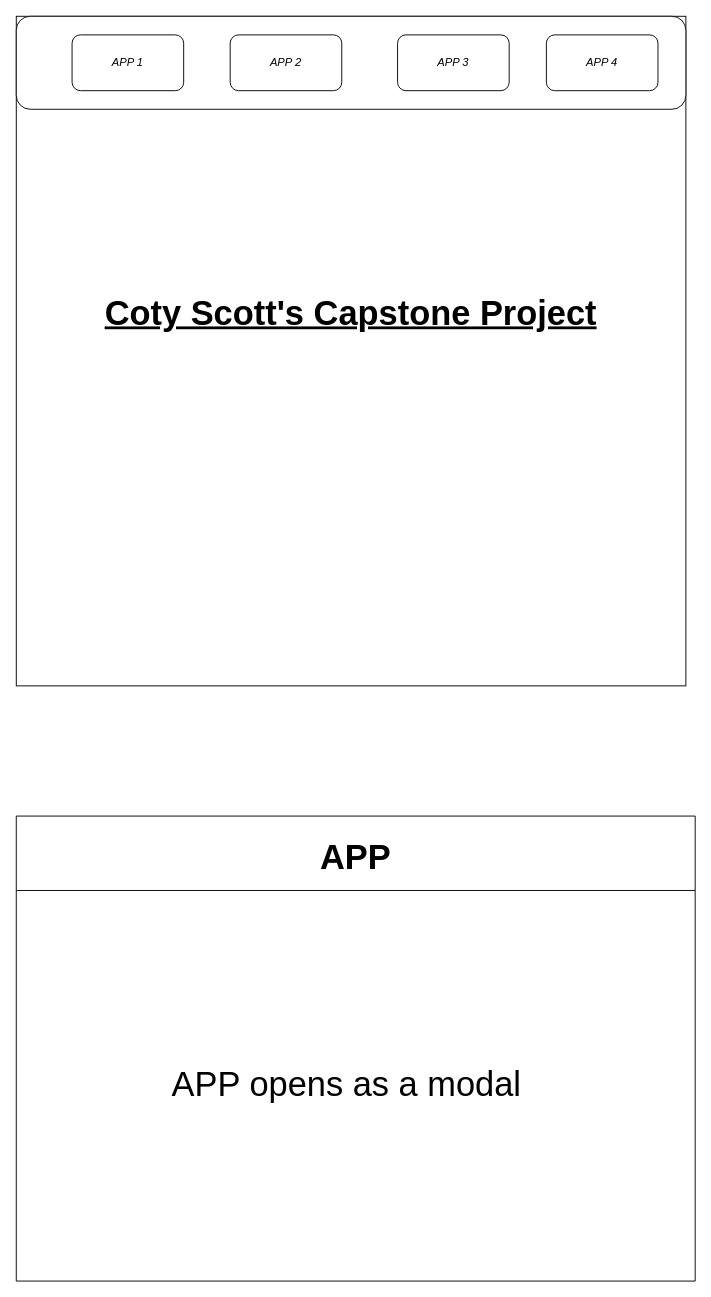
This is Untitled Diagram.drawio from MrEclipse13/flexbox-course, a draw.io file, before an edit. Source tidied: cells renumbered, new cells numbered last; positions are measured from the earlier drawing's top-left corner, leaving out a move shared by most shapes. Both pictures are drawn from the tidied source at 93%, with x=0, y=0 at pixel (16, 16).
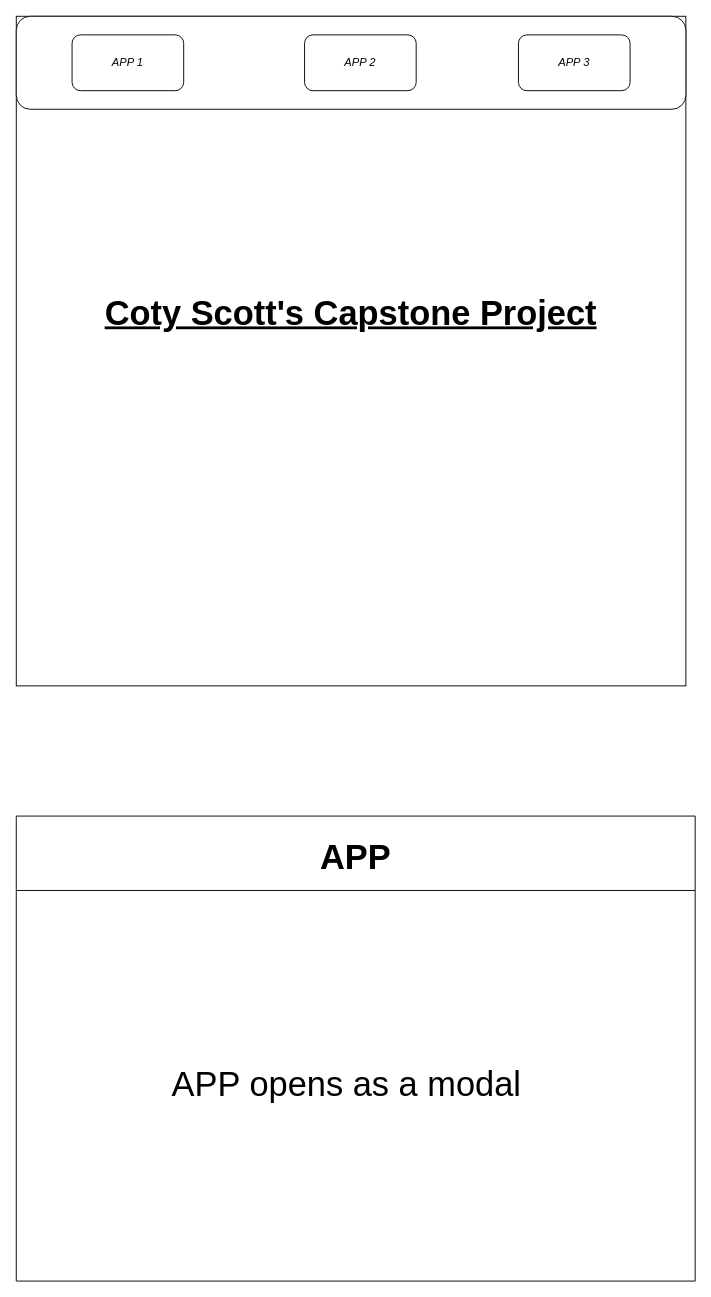
Above is the later version.

Diff of the diagram source:
```diff
@@
 <mxGraphModel>
   <root>
     <mxCell id="0" />
     <mxCell id="1" parent="0" />
     <mxCell id="2" style="whiteSpace=wrap;html=1;" parent="1" vertex="1">
       <mxGeometry width="720" height="720" as="geometry" />
     </mxCell>
     <mxCell id="3" style="rounded=1;whiteSpace=wrap;html=1;" parent="1" vertex="1">
       <mxGeometry width="720" height="100" as="geometry" />
     </mxCell>
     <mxCell id="4" style="rounded=1;whiteSpace=wrap;html=1;" parent="1" vertex="1">
       <mxGeometry x="60" y="20" width="120" height="60" as="geometry" />
     </mxCell>
     <mxCell id="5" style="rounded=1;whiteSpace=wrap;html=1;" parent="1" vertex="1">
-      <mxGeometry x="230" y="20" width="120" height="60" as="geometry" />
+      <mxGeometry x="310" y="20" width="120" height="60" as="geometry" />
     </mxCell>
     <mxCell id="6" style="rounded=1;whiteSpace=wrap;html=1;" parent="1" vertex="1">
-      <mxGeometry x="410" y="20" width="120" height="60" as="geometry" />
+      <mxGeometry x="540" y="20" width="120" height="60" as="geometry" />
     </mxCell>
-    <mxCell id="7" style="rounded=1;whiteSpace=wrap;html=1;" parent="1" vertex="1">
-      <mxGeometry x="570" y="20" width="120" height="60" as="geometry" />
-    </mxCell>
     <mxCell id="8" value="APP 1" style="text;html=1;strokeColor=none;fillColor=none;align=center;verticalAlign=middle;whiteSpace=wrap;rounded=0;fontStyle=2;" parent="1" vertex="1">
       <mxGeometry x="90" y="35" width="60" height="30" as="geometry" />
     </mxCell>
     <mxCell id="9" value="APP 2" style="text;html=1;strokeColor=none;fillColor=none;align=center;verticalAlign=middle;whiteSpace=wrap;rounded=0;fontStyle=2;" parent="1" vertex="1">
-      <mxGeometry x="260" y="35" width="60" height="30" as="geometry" />
+      <mxGeometry x="340" y="35" width="60" height="30" as="geometry" />
     </mxCell>
     <mxCell id="10" value="APP 3" style="text;html=1;strokeColor=none;fillColor=none;align=center;verticalAlign=middle;whiteSpace=wrap;rounded=0;fontStyle=2;" parent="1" vertex="1">
-      <mxGeometry x="440" y="35" width="60" height="30" as="geometry" />
+      <mxGeometry x="570" y="35" width="60" height="30" as="geometry" />
     </mxCell>
-    <mxCell id="11" value="APP 4" style="text;html=1;strokeColor=none;fillColor=none;align=center;verticalAlign=middle;whiteSpace=wrap;rounded=0;fontStyle=2;" parent="1" vertex="1">
-      <mxGeometry x="600" y="35" width="60" height="30" as="geometry" />
-    </mxCell>
     <mxCell id="12" value="Coty Scott's Capstone Project" style="text;html=1;strokeColor=none;fillColor=none;align=center;verticalAlign=middle;whiteSpace=wrap;rounded=0;fontSize=37;fontStyle=5;" parent="1" vertex="1">
       <mxGeometry y="210" width="720" height="220" as="geometry" />
     </mxCell>
     <mxCell id="13" value="APP" style="swimlane;fontSize=37;startSize=80;" parent="1" vertex="1">
       <mxGeometry y="860" width="730" height="500" as="geometry" />
     </mxCell>
     <mxCell id="14" value="APP opens as a modal&amp;nbsp;" style="text;html=1;align=center;verticalAlign=middle;strokeColor=none;fillColor=none;fontSize=37;" parent="1" vertex="1">
       <mxGeometry x="155" y="1120" width="410" height="60" as="geometry" />
     </mxCell>
   </root>
 </mxGraphModel>
```
